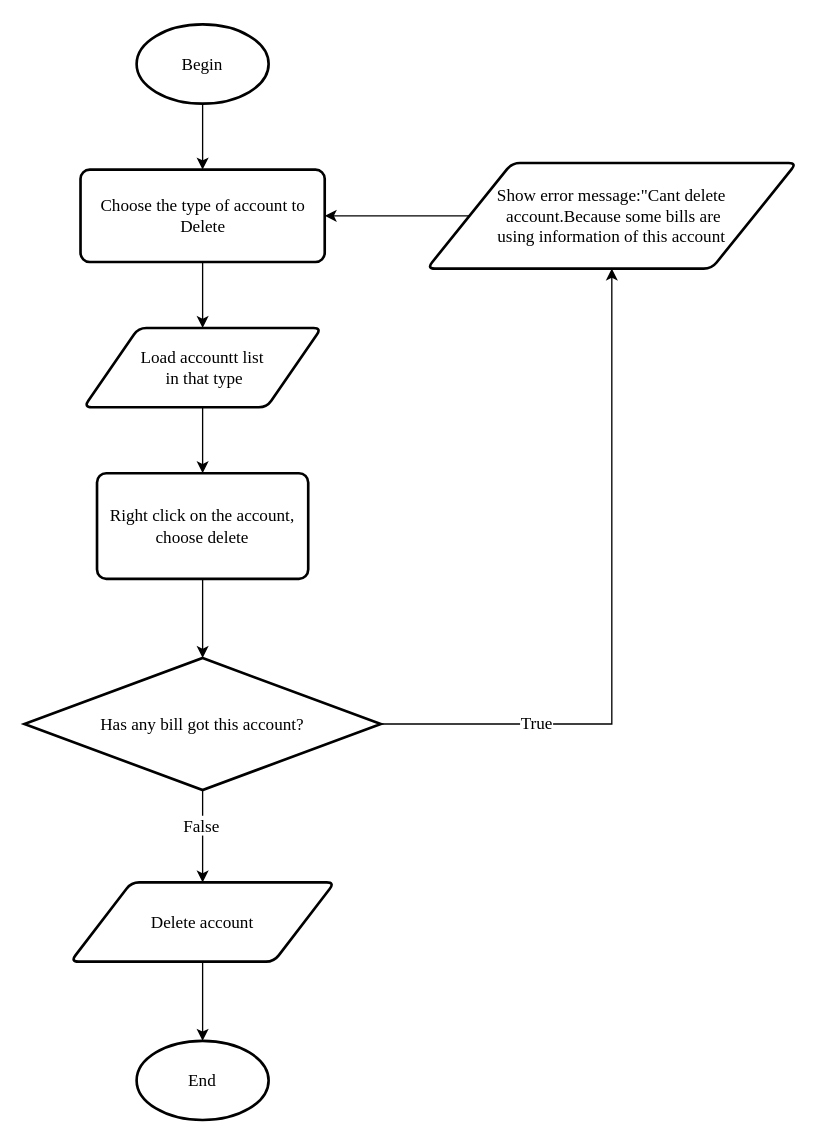
The draw.io diagram page "Delete Account" (5 of 5) of document/diagram/flowchart.drawio in daomtthuan/do-an, before the edit. Source tidied: cells renumbered, new cells numbered last; positions are measured from the earlier drawing's top-left corner, leaving out a move shared by most shapes. Both pictures are drawn from the tidied source at 132%, with x=0, y=0 at pixel (24, 24).
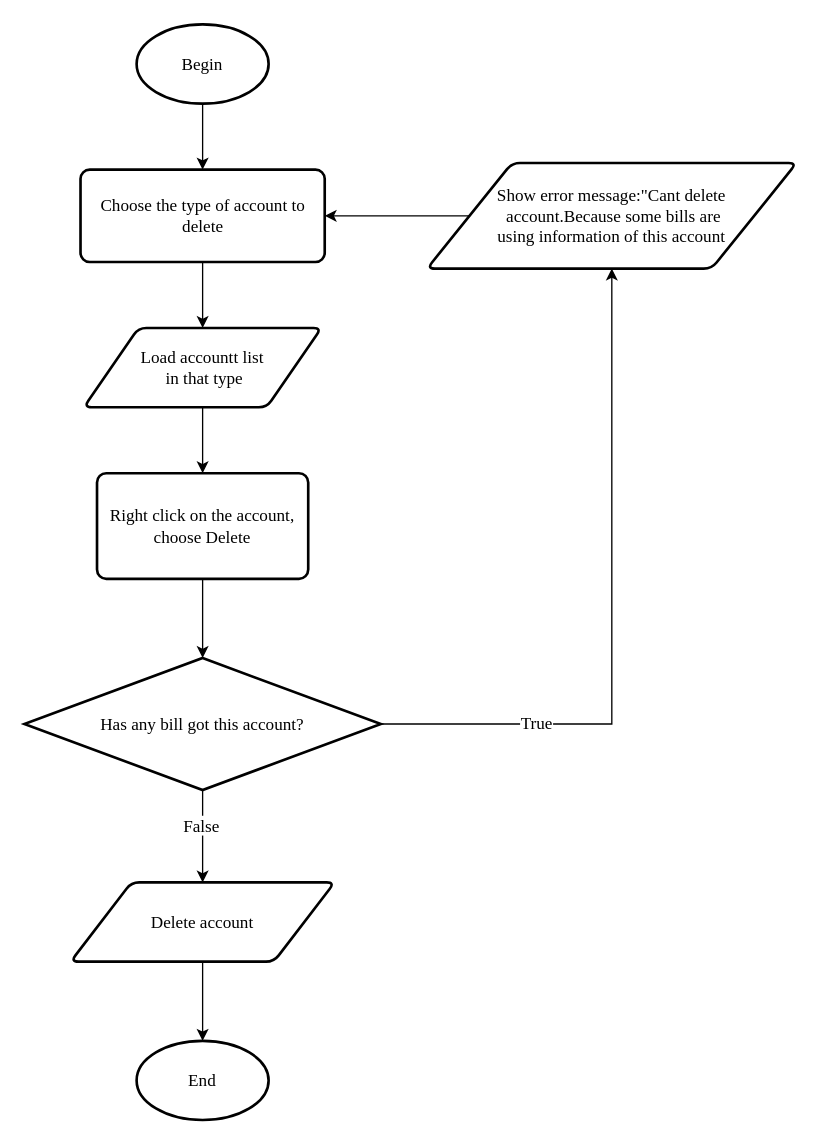
After the change.

Diff of the diagram source:
```diff
@@
-    <mxCell id="17" value="Choose the type of account to Delete" style="rounded=1;whiteSpace=wrap;html=1;absoluteArcSize=1;arcSize=14;strokeWidth=2;fontFamily=Times New Roman;fontSize=13;" parent="1" vertex="1">
+    <mxCell id="17" value="Choose the type of account to delete" style="rounded=1;whiteSpace=wrap;html=1;absoluteArcSize=1;arcSize=14;strokeWidth=2;fontFamily=Times New Roman;fontSize=13;" parent="1" vertex="1">
       <mxGeometry x="42.5" y="110" width="185" height="70" as="geometry" />
     </mxCell>
@@
-    <mxCell id="19" value="Right click on the account, choose delete" style="rounded=1;whiteSpace=wrap;html=1;absoluteArcSize=1;arcSize=14;strokeWidth=2;fontFamily=Times New Roman;fontSize=13;" parent="1" vertex="1">
+    <mxCell id="19" value="Right click on the account, choose Delete" style="rounded=1;whiteSpace=wrap;html=1;absoluteArcSize=1;arcSize=14;strokeWidth=2;fontFamily=Times New Roman;fontSize=13;" parent="1" vertex="1">
       <mxGeometry x="55" y="340" width="160" height="80" as="geometry" />
     </mxCell>
```
